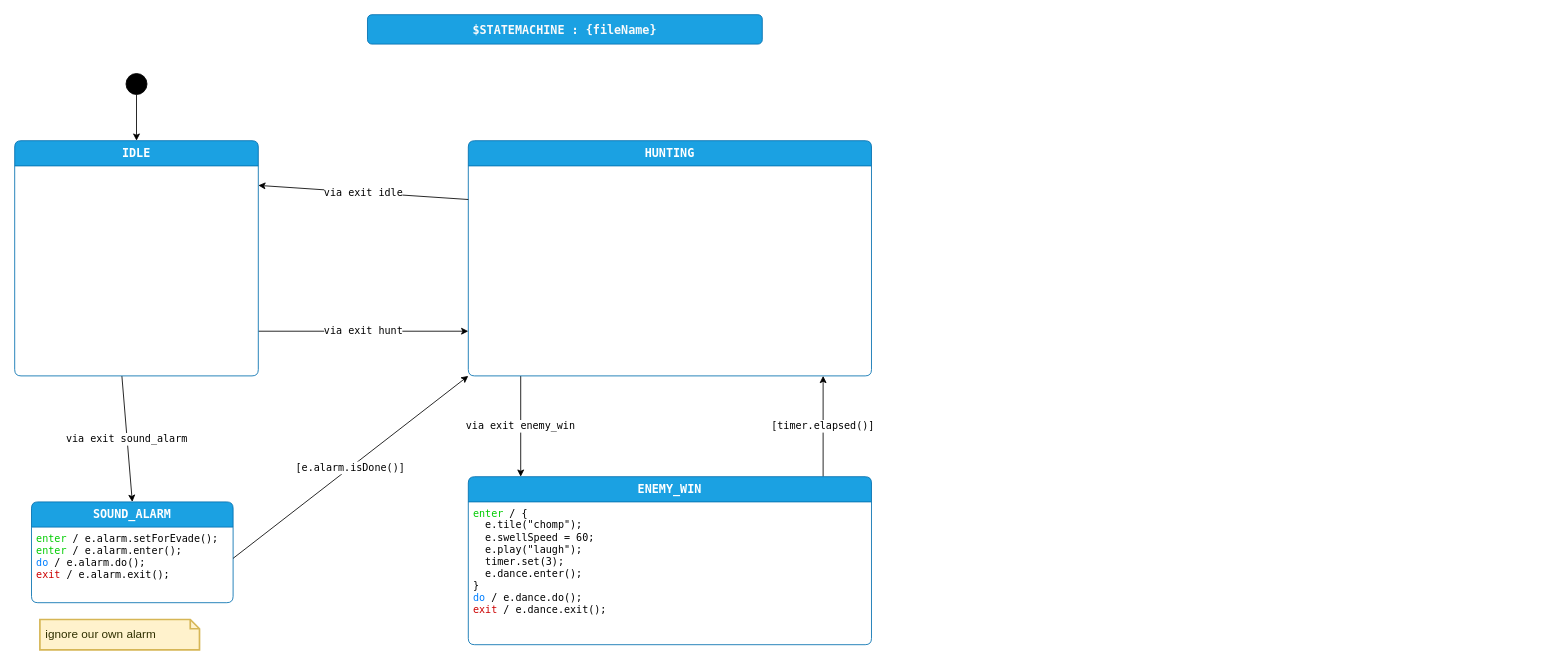
Above: page "design" (1 of 3) of enemy3/Enemy3Sm.drawio in adamfk/game-fsm-examples (draw.io), before the change. Source tidied: cells renumbered, new cells numbered last; positions are measured from the earlier drawing's top-left corner, leaving out a move shared by most shapes. Both pictures are drawn from the tidied source at 84%, with x=0, y=0 at pixel (14, 14).
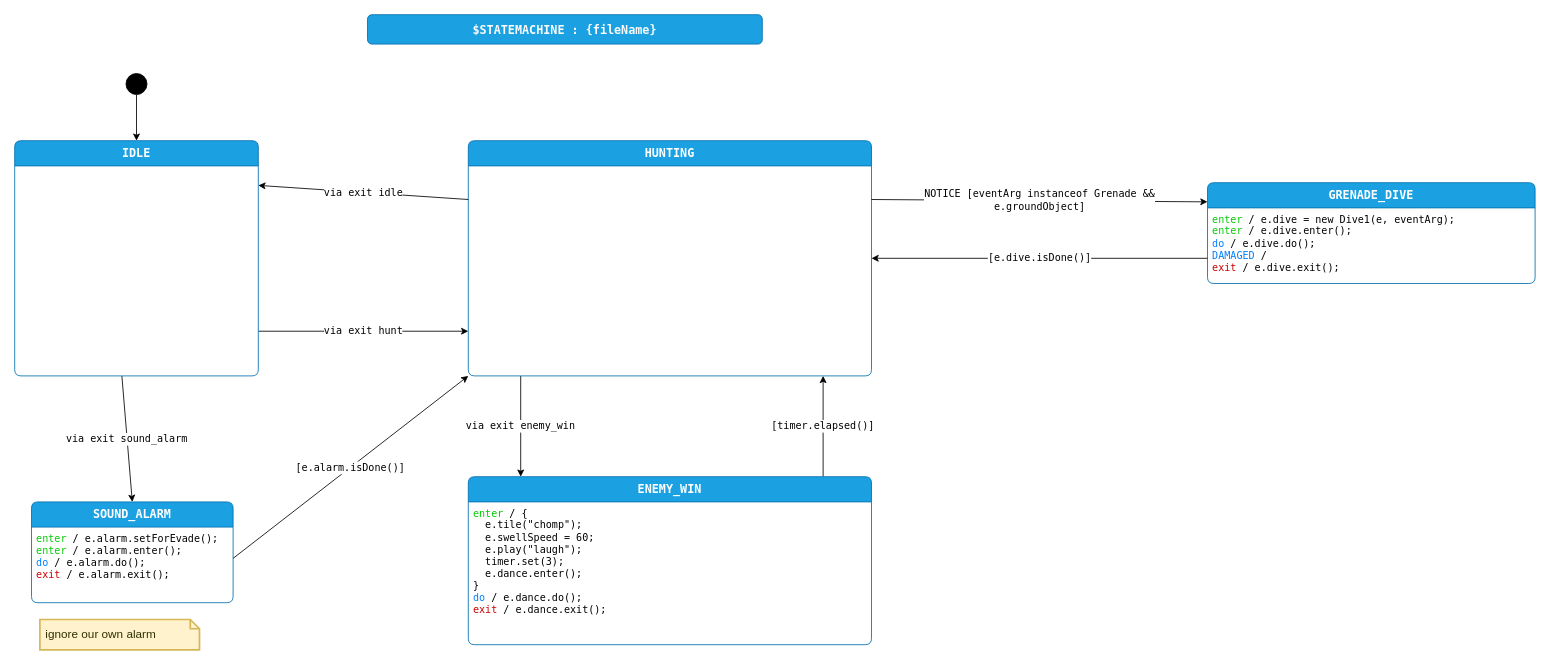
After the change.

Commit message (it also covers changes not shown here):
grenade working well :)

The change refers to these unchanged cells:
```xml
<mxCell id="4" value="HUNTING" style="shape=swimlane;align=center;verticalAlign=top;fontFamily=Lucida Console;startSize=30;fontSize=14;fontStyle=1;fontColor=#ffffff;fillColor=#1ba1e2;swimlaneFillColor=default;rounded=1;arcSize=15;absoluteArcSize=1;points=[[0,0,0,0,0],[0,0.06,0,0,0],[0,0.13,0,0,0],[0,0.19,0,0,0],[0,0.25,0,0,0],[0,0.31,0,0,0],[0,0.38,0,0,0],[0,0.44,0,0,0],[0,0.5,0,0,0],[0,0.56,0,0,0],[0,0.63,0,0,0],[0,0.69,0,0,0],[0,0.75,0,0,0],[0,0.81,0,0,0],[0,0.88,0,0,0],[0,0.94,0,0,0],[0,1,0,0,0],[0.06,0,0,0,0],[0.06,1,0,0,0],[0.13,0,0,0,0],[0.13,1,0,0,0],[0.19,0,0,0,0],[0.19,1,0,0,0],[0.25,0,0,0,0],[0.25,1,0,0,0],[0.31,0,0,0,0],[0.31,1,0,0,0],[0.38,0,0,0,0],[0.38,1,0,0,0],[0.44,0,0,0,0],[0.44,1,0,0,0],[0.5,0,0,0,0],[0.5,1,0,0,0],[0.56,0,0,0,0],[0.56,1,0,0,0],[0.63,0,0,0,0],[0.63,1,0,0,0],[0.69,0,0,0,0],[0.69,1,0,0,0],[0.75,0,0,0,0],[0.75,1,0,0,0],[0.81,0,0,0,0],[0.81,1,0,0,0],[0.88,0,0,0,0],[0.88,1,0,0,0],[0.94,0,0,0,0],[0.94,1,0,0,0],[1,0,0,0,0],[1,0.06,0,0,0],[1,0.13,0,0,0],[1,0.19,0,0,0],[1,0.25,0,0,0],[1,0.31,0,0,0],[1,0.38,0,0,0],[1,0.44,0,0,0],[1,0.5,0,0,0],[1,0.56,0,0,0],[1,0.63,0,0,0],[1,0.69,0,0,0],[1,0.75,0,0,0],[1,0.81,0,0,0],[1,0.88,0,0,0],[1,0.94,0,0,0],[1,1,0,0,0]];strokeColor=#006EAF;labelBackgroundColor=none;" parent="1" vertex="1" collapsed="1">
  <mxGeometry x="540" y="150" width="480" height="280" as="geometry" />
</mxCell>
```

Change to the diagram source:
```diff
@@
+    <mxCell id="18" value="GRENADE_DIVE" style="shape=swimlane;align=center;verticalAlign=top;fontFamily=Lucida Console;startSize=30;fontSize=14;fontStyle=1;fontColor=#ffffff;fillColor=#1ba1e2;swimlaneFillColor=default;rounded=1;arcSize=15;absoluteArcSize=1;points=[[0,0,0,0,0],[0,0.06,0,0,0],[0,0.13,0,0,0],[0,0.19,0,0,0],[0,0.25,0,0,0],[0,0.31,0,0,0],[0,0.38,0,0,0],[0,0.44,0,0,0],[0,0.5,0,0,0],[0,0.56,0,0,0],[0,0.63,0,0,0],[0,0.69,0,0,0],[0,0.75,0,0,0],[0,0.81,0,0,0],[0,0.88,0,0,0],[0,0.94,0,0,0],[0,1,0,0,0],[0.06,0,0,0,0],[0.06,1,0,0,0],[0.13,0,0,0,0],[0.13,1,0,0,0],[0.19,0,0,0,0],[0.19,1,0,0,0],[0.25,0,0,0,0],[0.25,1,0,0,0],[0.31,0,0,0,0],[0.31,1,0,0,0],[0.38,0,0,0,0],[0.38,1,0,0,0],[0.44,0,0,0,0],[0.44,1,0,0,0],[0.5,0,0,0,0],[0.5,1,0,0,0],[0.56,0,0,0,0],[0.56,1,0,0,0],[0.63,0,0,0,0],[0.63,1,0,0,0],[0.69,0,0,0,0],[0.69,1,0,0,0],[0.75,0,0,0,0],[0.75,1,0,0,0],[0.81,0,0,0,0],[0.81,1,0,0,0],[0.88,0,0,0,0],[0.88,1,0,0,0],[0.94,0,0,0,0],[0.94,1,0,0,0],[1,0,0,0,0],[1,0.06,0,0,0],[1,0.13,0,0,0],[1,0.19,0,0,0],[1,0.25,0,0,0],[1,0.31,0,0,0],[1,0.38,0,0,0],[1,0.44,0,0,0],[1,0.5,0,0,0],[1,0.56,0,0,0],[1,0.63,0,0,0],[1,0.69,0,0,0],[1,0.75,0,0,0],[1,0.81,0,0,0],[1,0.88,0,0,0],[1,0.94,0,0,0],[1,1,0,0,0]];strokeColor=#006EAF;labelBackgroundColor=none;" parent="1" vertex="1">
+      <mxGeometry x="1420" y="200" width="390" height="120" as="geometry" />
+    </mxCell>
+    <mxCell id="19" value="&lt;div&gt;&lt;font color=&quot;#00cc00&quot;&gt;enter&lt;/font&gt;&amp;nbsp;/ e.dive = new Dive1(e, eventArg);&lt;font color=&quot;#00cc00&quot;&gt;&lt;br&gt;&lt;/font&gt;&lt;/div&gt;&lt;font color=&quot;#00cc00&quot;&gt;enter&lt;/font&gt;&amp;nbsp;/&amp;nbsp;e.dive.enter();&lt;br&gt;&lt;div&gt;&lt;font color=&quot;#007fff&quot;&gt;do&lt;/font&gt;&amp;nbsp;/ e.dive.do();&lt;/div&gt;&lt;div&gt;&lt;font color=&quot;#007fff&quot;&gt;DAMAGED&lt;/font&gt;&amp;nbsp;/&amp;nbsp;&lt;br&gt;&lt;/div&gt;&lt;div&gt;&lt;font color=&quot;#cc0000&quot;&gt;exit&lt;/font&gt;&amp;nbsp;/ e.dive.exit();&lt;/div&gt;" style="fontFamily=Lucida Console;align=left;verticalAlign=top;fillColor=none;gradientColor=none;strokeColor=none;rounded=0;spacingLeft=4;html=1;fontSize=12;fontColor=default;labelBackgroundColor=default;" parent="18" vertex="1">
+      <mxGeometry y="30" width="310" height="90" as="geometry" />
+    </mxCell>
+    <mxCell id="20" value="NOTICE [eventArg instanceof Grenade &amp;amp;&amp;amp;&lt;div&gt;e.groundObject]&lt;/div&gt;" style="edgeStyle=none;shape=connector;rounded=0;jettySize=auto;html=1;exitX=1;exitY=0.25;exitDx=0;exitDy=0;exitPerimeter=0;entryX=0;entryY=0.19;entryDx=0;entryDy=0;entryPerimeter=0;strokeColor=default;align=center;verticalAlign=middle;fontFamily=Lucida Console;fontSize=12;fontColor=default;labelBackgroundColor=default;endArrow=classic;" parent="1" edge="1" source="4" target="18">
+      <mxGeometry relative="1" as="geometry" />
+    </mxCell>
+    <mxCell id="21" value="[e.dive.isDone()]" style="edgeStyle=none;shape=connector;rounded=0;jettySize=auto;html=1;exitX=0;exitY=0.75;exitDx=0;exitDy=0;exitPerimeter=0;entryX=1;entryY=0.5;entryDx=0;entryDy=0;entryPerimeter=0;strokeColor=default;align=center;verticalAlign=middle;fontFamily=Lucida Console;fontSize=12;fontColor=default;labelBackgroundColor=default;endArrow=classic;" parent="1" edge="1" source="18" target="4">
+      <mxGeometry relative="1" as="geometry" />
+    </mxCell>
```
